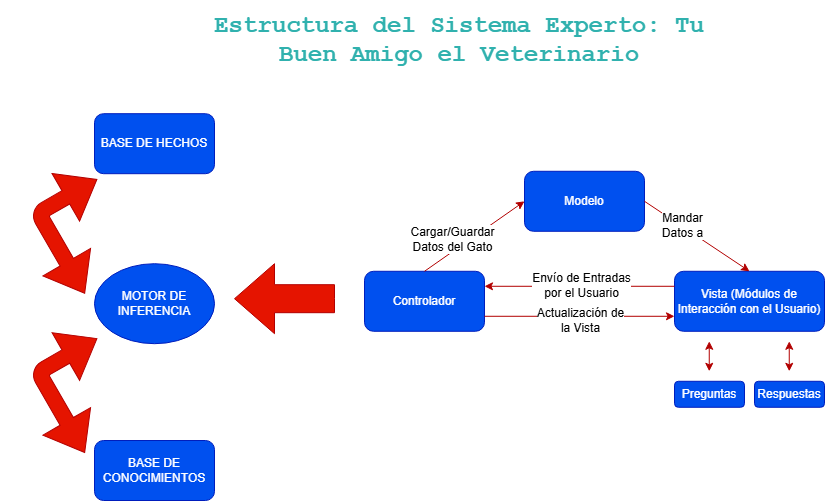
Capistran0205/Sistema-Experto-Veterinario-IA keeps this draw.io diagram as Base de Hechos/Estructura del SE Veterinario.png. Above is the earlier version. Source tidied: cells renumbered, new cells last; positions are measured from the earlier drawing's top-left corner, leaving out a move shared by most shapes. Its diagram source:
```xml
<mxGraphModel background="#ffffff">
  <root>
    <mxCell id="0" />
    <mxCell id="1" parent="0" />
    <mxCell id="2" value="&lt;font style=&quot;color: rgb(48, 177, 174);&quot;&gt;Estructura del Sistema Experto: Tu Buen Amigo el Veterinario&lt;/font&gt;" style="text;html=1;whiteSpace=wrap;strokeColor=none;fillColor=none;align=center;verticalAlign=middle;rounded=0;fontFamily=Courier New;fontStyle=1;fontSize=24;fontColor=#007FFF;labelBorderColor=none;textShadow=0;labelBackgroundColor=none;" parent="1" vertex="1">
      <mxGeometry x="170" width="530" height="80" as="geometry" />
    </mxCell>
    <mxCell id="3" value="BASE DE HECHOS" style="rounded=1;whiteSpace=wrap;html=1;fillColor=#0050ef;strokeColor=#001DBC;fontColor=#ffffff;" parent="1" vertex="1">
      <mxGeometry x="70" y="113.2" width="120" height="60" as="geometry" />
    </mxCell>
    <mxCell id="4" value="Vista (Módulos de Interacción con el Usuario)" style="rounded=1;whiteSpace=wrap;html=1;fillColor=#0050ef;fontColor=#ffffff;strokeColor=#001DBC;" parent="1" vertex="1">
      <mxGeometry x="650" y="270.8" width="150" height="60" as="geometry" />
    </mxCell>
    <mxCell id="5" value="MOTOR DE INFERENCIA" style="ellipse;whiteSpace=wrap;html=1;fillColor=#0050ef;strokeColor=#001DBC;fontColor=#ffffff;" parent="1" vertex="1">
      <mxGeometry x="70" y="263.2" width="120" height="80" as="geometry" />
    </mxCell>
    <mxCell id="6" value="Modelo" style="rounded=1;whiteSpace=wrap;html=1;fillColor=#0050ef;fontColor=#ffffff;strokeColor=#001DBC;" parent="1" vertex="1">
      <mxGeometry x="500" y="170.8" width="120" height="60" as="geometry" />
    </mxCell>
    <mxCell id="7" value="Controlador" style="rounded=1;whiteSpace=wrap;html=1;fillColor=#0050ef;fontColor=#ffffff;strokeColor=#001DBC;" parent="1" vertex="1">
      <mxGeometry x="340" y="270.8" width="120" height="60" as="geometry" />
    </mxCell>
    <mxCell id="8" style="endArrow=classic;html=1;rounded=0;exitX=0;exitY=0.25;exitDx=0;exitDy=0;entryX=1;entryY=0.25;entryDx=0;entryDy=0;fillColor=#e51400;strokeColor=#B20000;" parent="1" edge="1" source="4" target="7">
      <mxGeometry relative="1" as="geometry" />
    </mxCell>
    <mxCell id="9" value="Envío de Entradas&lt;div&gt;por el Usuario&lt;/div&gt;" style="edgeLabel;html=1;align=center;verticalAlign=middle;fontSize=12;" parent="8" vertex="1">
      <mxGeometry x="0.14" y="-1" relative="1" as="geometry">
        <mxPoint x="14" as="offset" />
      </mxGeometry>
    </mxCell>
    <mxCell id="10" style="endArrow=classic;html=1;rounded=0;exitX=0.5;exitY=0;exitDx=0;exitDy=0;entryX=0;entryY=0.5;entryDx=0;entryDy=0;fillColor=#e51400;strokeColor=#B20000;" parent="1" edge="1" source="7" target="6">
      <mxGeometry relative="1" as="geometry" />
    </mxCell>
    <mxCell id="11" value="Cargar/Guardar&lt;div&gt;Datos del Gato&lt;/div&gt;" style="edgeLabel;html=1;align=center;verticalAlign=middle;fontSize=12;" parent="10" vertex="1">
      <mxGeometry x="-0.12" y="2" relative="1" as="geometry">
        <mxPoint x="-15" as="offset" />
      </mxGeometry>
    </mxCell>
    <mxCell id="12" style="endArrow=classic;html=1;rounded=0;exitX=1;exitY=0.5;exitDx=0;exitDy=0;entryX=0.5;entryY=0;entryDx=0;entryDy=0;fillColor=#e51400;strokeColor=#B20000;" parent="1" edge="1" source="6" target="4">
      <mxGeometry relative="1" as="geometry" />
    </mxCell>
    <mxCell id="13" value="Mandar&lt;div&gt;Datos a&lt;/div&gt;" style="edgeLabel;html=1;align=center;verticalAlign=middle;fontSize=12;" parent="12" vertex="1">
      <mxGeometry x="-0.3" y="1" relative="1" as="geometry" />
    </mxCell>
    <mxCell id="14" style="endArrow=classic;html=1;rounded=0;exitX=1;exitY=0.75;exitDx=0;exitDy=0;entryX=0;entryY=0.75;entryDx=0;entryDy=0;fillColor=#e51400;strokeColor=#B20000;" parent="1" edge="1" source="7" target="4">
      <mxGeometry relative="1" as="geometry" />
    </mxCell>
    <mxCell id="15" value="Actualización de&lt;div&gt;la Vista&lt;/div&gt;" style="edgeLabel;html=1;align=center;verticalAlign=middle;fontSize=12;" parent="14" vertex="1">
      <mxGeometry x="-0.01" y="-1" relative="1" as="geometry">
        <mxPoint y="3" as="offset" />
      </mxGeometry>
    </mxCell>
    <mxCell id="16" value="Preguntas" style="rounded=1;whiteSpace=wrap;html=1;fillColor=#0050ef;fontColor=#ffffff;strokeColor=#001DBC;" parent="1" vertex="1">
      <mxGeometry x="650" y="380.8" width="70" height="26" as="geometry" />
    </mxCell>
    <mxCell id="17" value="Respuestas" style="rounded=1;whiteSpace=wrap;html=1;fillColor=#0050ef;fontColor=#ffffff;strokeColor=#001DBC;" parent="1" vertex="1">
      <mxGeometry x="730" y="380.8" width="70" height="26" as="geometry" />
    </mxCell>
    <mxCell id="18" style="endArrow=classic;startArrow=classic;html=1;rounded=0;fillColor=#e51400;strokeColor=#B20000;" parent="1" edge="1">
      <mxGeometry relative="1" as="geometry">
        <mxPoint x="684.8" y="370.8" as="sourcePoint" />
        <mxPoint x="684.8" y="340.8" as="targetPoint" />
      </mxGeometry>
    </mxCell>
    <mxCell id="19" style="endArrow=classic;startArrow=classic;html=1;rounded=0;fillColor=#e51400;strokeColor=#B20000;" parent="1" edge="1">
      <mxGeometry relative="1" as="geometry">
        <mxPoint x="764.8" y="370.8" as="sourcePoint" />
        <mxPoint x="764.8" y="340.8" as="targetPoint" />
      </mxGeometry>
    </mxCell>
    <mxCell id="20" style="html=1;shadow=0;dashed=0;align=center;verticalAlign=middle;shape=mxgraph.arrows2.arrow;dy=0.6;dx=40;flipH=1;notch=0;fillColor=#e51400;fontColor=#ffffff;strokeColor=#B20000;" parent="1" vertex="1">
      <mxGeometry x="210" y="263.2" width="100" height="70" as="geometry" />
    </mxCell>
    <mxCell id="21" style="html=1;shadow=0;dashed=0;align=center;verticalAlign=middle;shape=mxgraph.arrows2.bendDoubleArrow;dy=7.69;dx=35.87;arrowHead=55;rounded=1;rotation=-30;fillColor=#e51400;strokeColor=#B20000;fontColor=#ffffff;" parent="1" vertex="1">
      <mxGeometry y="170.8" width="95" height="120" as="geometry" />
    </mxCell>
    <mxCell id="22" value="BASE DE CONOCIMIENTOS" style="rounded=1;whiteSpace=wrap;html=1;fillColor=#0050ef;strokeColor=#001DBC;fontColor=#ffffff;" parent="1" vertex="1">
      <mxGeometry x="70" y="440" width="120" height="60" as="geometry" />
    </mxCell>
    <mxCell id="23" style="html=1;shadow=0;dashed=0;align=center;verticalAlign=middle;shape=mxgraph.arrows2.bendDoubleArrow;dy=7.69;dx=35.87;arrowHead=55;rounded=1;rotation=-30;fillColor=#e51400;strokeColor=#B20000;fontColor=#ffffff;" parent="1" vertex="1">
      <mxGeometry y="330" width="95" height="120" as="geometry" />
    </mxCell>
  </root>
</mxGraphModel>
```
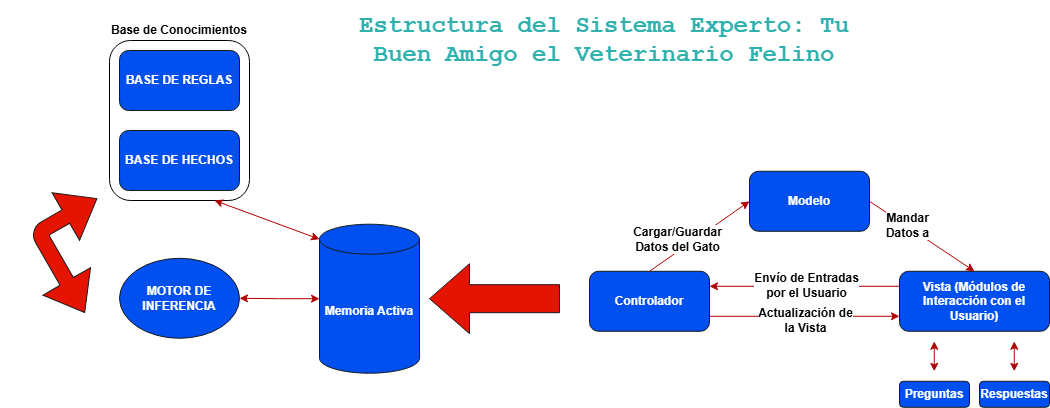
Later version of the same file.

The edit, as a diff of the source:
```diff
@@ -2,28 +2,31 @@
   <root>
     <mxCell id="0" />
     <mxCell id="1" parent="0" />
+    <mxCell id="24" style="rounded=1;whiteSpace=wrap;html=1;" parent="1" vertex="1">
+      <mxGeometry x="-140" y="40" width="140" height="160" as="geometry" />
+    </mxCell>
-    <mxCell id="2" value="&lt;font style=&quot;color: rgb(48, 177, 174);&quot;&gt;Estructura del Sistema Experto: Tu Buen Amigo el Veterinario&lt;/font&gt;" style="text;html=1;whiteSpace=wrap;strokeColor=none;fillColor=none;align=center;verticalAlign=middle;rounded=0;fontFamily=Courier New;fontStyle=1;fontSize=24;fontColor=#007FFF;labelBorderColor=none;textShadow=0;labelBackgroundColor=none;" parent="1" vertex="1">
-      <mxGeometry x="170" width="530" height="80" as="geometry" />
+    <mxCell id="2" value="&lt;font style=&quot;color: rgb(48, 177, 174);&quot;&gt;Estructura del Sistema Experto: Tu Buen Amigo el Veterinario Felino&lt;/font&gt;" style="text;html=1;whiteSpace=wrap;strokeColor=none;fillColor=none;align=center;verticalAlign=middle;rounded=0;fontFamily=Courier New;fontStyle=1;fontSize=24;fontColor=#007FFF;labelBorderColor=none;textShadow=0;labelBackgroundColor=none;" parent="1" vertex="1">
+      <mxGeometry x="90" width="530" height="80" as="geometry" />
     </mxCell>
-    <mxCell id="3" value="BASE DE HECHOS" style="rounded=1;whiteSpace=wrap;html=1;fillColor=#0050ef;strokeColor=#001DBC;fontColor=#ffffff;" parent="1" vertex="1">
-      <mxGeometry x="70" y="113.2" width="120" height="60" as="geometry" />
+    <mxCell id="3" value="BASE DE HECHOS" style="rounded=1;whiteSpace=wrap;html=1;fillColor=#0050ef;strokeColor=#1A1A1A;fontColor=#ffffff;fontStyle=1;" parent="1" vertex="1">
+      <mxGeometry x="-130" y="130" width="120" height="60" as="geometry" />
     </mxCell>
-    <mxCell id="4" value="Vista (Módulos de Interacción con el Usuario)" style="rounded=1;whiteSpace=wrap;html=1;fillColor=#0050ef;fontColor=#ffffff;strokeColor=#001DBC;" parent="1" vertex="1">
+    <mxCell id="4" value="Vista (Módulos de Interacción con el Usuario)" style="rounded=1;whiteSpace=wrap;html=1;fillColor=#0050ef;fontColor=#ffffff;strokeColor=#1A1A1A;fontStyle=1;" parent="1" vertex="1">
       <mxGeometry x="650" y="270.8" width="150" height="60" as="geometry" />
     </mxCell>
-    <mxCell id="5" value="MOTOR DE INFERENCIA" style="ellipse;whiteSpace=wrap;html=1;fillColor=#0050ef;strokeColor=#001DBC;fontColor=#ffffff;" parent="1" vertex="1">
-      <mxGeometry x="70" y="263.2" width="120" height="80" as="geometry" />
+    <mxCell id="5" value="MOTOR DE INFERENCIA" style="ellipse;whiteSpace=wrap;html=1;fillColor=#0050ef;strokeColor=#1A1A1A;fontColor=#ffffff;fontStyle=1;" parent="1" vertex="1">
+      <mxGeometry x="-130" y="257.8" width="120" height="80" as="geometry" />
     </mxCell>
-    <mxCell id="6" value="Modelo" style="rounded=1;whiteSpace=wrap;html=1;fillColor=#0050ef;fontColor=#ffffff;strokeColor=#001DBC;" parent="1" vertex="1">
+    <mxCell id="6" value="Modelo" style="rounded=1;whiteSpace=wrap;html=1;fillColor=#0050ef;fontColor=#ffffff;strokeColor=#1A1A1A;fontStyle=1;" parent="1" vertex="1">
       <mxGeometry x="500" y="170.8" width="120" height="60" as="geometry" />
     </mxCell>
-    <mxCell id="7" value="Controlador" style="rounded=1;whiteSpace=wrap;html=1;fillColor=#0050ef;fontColor=#ffffff;strokeColor=#001DBC;" parent="1" vertex="1">
+    <mxCell id="7" value="Controlador" style="rounded=1;whiteSpace=wrap;html=1;fillColor=#0050ef;fontColor=#ffffff;strokeColor=#1A1A1A;fontStyle=1;" parent="1" vertex="1">
       <mxGeometry x="340" y="270.8" width="120" height="60" as="geometry" />
     </mxCell>
     <mxCell id="8" style="endArrow=classic;html=1;rounded=0;exitX=0;exitY=0.25;exitDx=0;exitDy=0;entryX=1;entryY=0.25;entryDx=0;entryDy=0;fillColor=#e51400;strokeColor=#B20000;" parent="1" edge="1" source="4" target="7">
       <mxGeometry relative="1" as="geometry" />
     </mxCell>
-    <mxCell id="9" value="Envío de Entradas&lt;div&gt;por el Usuario&lt;/div&gt;" style="edgeLabel;html=1;align=center;verticalAlign=middle;fontSize=12;" parent="8" vertex="1">
+    <mxCell id="9" value="Envío de Entradas&lt;div&gt;por el Usuario&lt;/div&gt;" style="edgeLabel;html=1;align=center;verticalAlign=middle;fontSize=12;fontStyle=1;" parent="8" vertex="1">
       <mxGeometry x="0.14" y="-1" relative="1" as="geometry">
         <mxPoint x="14" as="offset" />
       </mxGeometry>
@@ -31,7 +34,7 @@
     <mxCell id="10" style="endArrow=classic;html=1;rounded=0;exitX=0.5;exitY=0;exitDx=0;exitDy=0;entryX=0;entryY=0.5;entryDx=0;entryDy=0;fillColor=#e51400;strokeColor=#B20000;" parent="1" edge="1" source="7" target="6">
       <mxGeometry relative="1" as="geometry" />
     </mxCell>
-    <mxCell id="11" value="Cargar/Guardar&lt;div&gt;Datos del Gato&lt;/div&gt;" style="edgeLabel;html=1;align=center;verticalAlign=middle;fontSize=12;" parent="10" vertex="1">
+    <mxCell id="11" value="Cargar/Guardar&lt;div&gt;Datos del Gato&lt;/div&gt;" style="edgeLabel;html=1;align=center;verticalAlign=middle;fontSize=12;fontStyle=1;" parent="10" vertex="1">
       <mxGeometry x="-0.12" y="2" relative="1" as="geometry">
         <mxPoint x="-15" as="offset" />
       </mxGeometry>
@@ -39,21 +42,21 @@
     <mxCell id="12" style="endArrow=classic;html=1;rounded=0;exitX=1;exitY=0.5;exitDx=0;exitDy=0;entryX=0.5;entryY=0;entryDx=0;entryDy=0;fillColor=#e51400;strokeColor=#B20000;" parent="1" edge="1" source="6" target="4">
       <mxGeometry relative="1" as="geometry" />
     </mxCell>
-    <mxCell id="13" value="Mandar&lt;div&gt;Datos a&lt;/div&gt;" style="edgeLabel;html=1;align=center;verticalAlign=middle;fontSize=12;" parent="12" vertex="1">
+    <mxCell id="13" value="Mandar&lt;div&gt;Datos a&lt;/div&gt;" style="edgeLabel;html=1;align=center;verticalAlign=middle;fontSize=12;fontStyle=1;" parent="12" vertex="1">
       <mxGeometry x="-0.3" y="1" relative="1" as="geometry" />
     </mxCell>
     <mxCell id="14" style="endArrow=classic;html=1;rounded=0;exitX=1;exitY=0.75;exitDx=0;exitDy=0;entryX=0;entryY=0.75;entryDx=0;entryDy=0;fillColor=#e51400;strokeColor=#B20000;" parent="1" edge="1" source="7" target="4">
       <mxGeometry relative="1" as="geometry" />
     </mxCell>
-    <mxCell id="15" value="Actualización de&lt;div&gt;la Vista&lt;/div&gt;" style="edgeLabel;html=1;align=center;verticalAlign=middle;fontSize=12;" parent="14" vertex="1">
+    <mxCell id="15" value="Actualización de&lt;div&gt;la Vista&lt;/div&gt;" style="edgeLabel;html=1;align=center;verticalAlign=middle;fontSize=12;fontStyle=1;" parent="14" vertex="1">
       <mxGeometry x="-0.01" y="-1" relative="1" as="geometry">
         <mxPoint y="3" as="offset" />
       </mxGeometry>
     </mxCell>
-    <mxCell id="16" value="Preguntas" style="rounded=1;whiteSpace=wrap;html=1;fillColor=#0050ef;fontColor=#ffffff;strokeColor=#001DBC;" parent="1" vertex="1">
+    <mxCell id="16" value="Preguntas" style="rounded=1;whiteSpace=wrap;html=1;fillColor=#0050ef;fontColor=#ffffff;strokeColor=#1A1A1A;fontStyle=1;" parent="1" vertex="1">
       <mxGeometry x="650" y="380.8" width="70" height="26" as="geometry" />
     </mxCell>
-    <mxCell id="17" value="Respuestas" style="rounded=1;whiteSpace=wrap;html=1;fillColor=#0050ef;fontColor=#ffffff;strokeColor=#001DBC;" parent="1" vertex="1">
+    <mxCell id="17" value="Respuestas" style="rounded=1;whiteSpace=wrap;html=1;fillColor=#0050ef;fontColor=#ffffff;strokeColor=#1A1A1A;fontStyle=1;" parent="1" vertex="1">
       <mxGeometry x="730" y="380.8" width="70" height="26" as="geometry" />
     </mxCell>
     <mxCell id="18" style="endArrow=classic;startArrow=classic;html=1;rounded=0;fillColor=#e51400;strokeColor=#B20000;" parent="1" edge="1">
@@ -68,17 +71,26 @@
         <mxPoint x="764.8" y="340.8" as="targetPoint" />
       </mxGeometry>
     </mxCell>
-    <mxCell id="20" style="html=1;shadow=0;dashed=0;align=center;verticalAlign=middle;shape=mxgraph.arrows2.arrow;dy=0.6;dx=40;flipH=1;notch=0;fillColor=#e51400;fontColor=#ffffff;strokeColor=#B20000;" parent="1" vertex="1">
-      <mxGeometry x="210" y="263.2" width="100" height="70" as="geometry" />
+    <mxCell id="20" style="html=1;shadow=0;dashed=0;align=center;verticalAlign=middle;shape=mxgraph.arrows2.arrow;dy=0.6;dx=40;flipH=1;notch=0;fillColor=#e51400;fontColor=#ffffff;strokeColor=#1A1A1A;" parent="1" vertex="1">
+      <mxGeometry x="180" y="263.2" width="130" height="70" as="geometry" />
     </mxCell>
-    <mxCell id="21" style="html=1;shadow=0;dashed=0;align=center;verticalAlign=middle;shape=mxgraph.arrows2.bendDoubleArrow;dy=7.69;dx=35.87;arrowHead=55;rounded=1;rotation=-30;fillColor=#e51400;strokeColor=#B20000;fontColor=#ffffff;" parent="1" vertex="1">
-      <mxGeometry y="170.8" width="95" height="120" as="geometry" />
+    <mxCell id="21" style="html=1;shadow=0;dashed=0;align=center;verticalAlign=middle;shape=mxgraph.arrows2.bendDoubleArrow;dy=7.69;dx=35.87;arrowHead=55;rounded=1;rotation=-30;fillColor=#e51400;strokeColor=#1A1A1A;fontColor=#ffffff;" parent="1" vertex="1">
+      <mxGeometry x="-225" y="190" width="95" height="120" as="geometry" />
     </mxCell>
-    <mxCell id="22" value="BASE DE CONOCIMIENTOS" style="rounded=1;whiteSpace=wrap;html=1;fillColor=#0050ef;strokeColor=#001DBC;fontColor=#ffffff;" parent="1" vertex="1">
-      <mxGeometry x="70" y="440" width="120" height="60" as="geometry" />
+    <mxCell id="22" value="BASE DE REGLAS" style="rounded=1;whiteSpace=wrap;html=1;fillColor=#0050ef;strokeColor=#1A1A1A;fontColor=#ffffff;fontStyle=1;" parent="1" vertex="1">
+      <mxGeometry x="-130" y="50" width="120" height="60" as="geometry" />
     </mxCell>
-    <mxCell id="23" style="html=1;shadow=0;dashed=0;align=center;verticalAlign=middle;shape=mxgraph.arrows2.bendDoubleArrow;dy=7.69;dx=35.87;arrowHead=55;rounded=1;rotation=-30;fillColor=#e51400;strokeColor=#B20000;fontColor=#ffffff;" parent="1" vertex="1">
-      <mxGeometry y="330" width="95" height="120" as="geometry" />
-    </mxCell>
+    <mxCell id="25" style="edgeStyle=orthogonalEdgeStyle;rounded=0;jettySize=auto;html=1;exitX=0;exitY=0.5;exitDx=0;exitDy=0;exitPerimeter=0;entryX=1;entryY=0.5;entryDx=0;entryDy=0;startArrow=classic;fillColor=#a20025;strokeColor=#B20000;" parent="1" edge="1" source="26" target="5">
+      <mxGeometry relative="1" as="geometry" />
+    </mxCell>
+    <mxCell id="26" value="Memoria Activa" style="shape=cylinder3;whiteSpace=wrap;html=1;boundedLbl=1;backgroundOutline=1;size=15;fillColor=#0050ef;fontColor=#ffffff;strokeColor=#1A1A1A;fontStyle=1;" parent="1" vertex="1">
+      <mxGeometry x="70" y="223.7" width="100" height="149" as="geometry" />
+    </mxCell>
+    <mxCell id="27" style="endArrow=classic;startArrow=classic;html=1;rounded=0;exitX=0.75;exitY=1;exitDx=0;exitDy=0;entryX=0;entryY=0;entryDx=0;entryDy=15;entryPerimeter=0;fillColor=#a20025;strokeColor=#B20000;" parent="1" edge="1" source="24" target="26">
+      <mxGeometry relative="1" as="geometry" />
+    </mxCell>
+    <mxCell id="28" value="Base de Conocimientos" style="text;html=1;whiteSpace=wrap;strokeColor=none;fillColor=none;align=center;verticalAlign=middle;rounded=0;fontStyle=1;" parent="1" vertex="1">
+      <mxGeometry x="-145" y="15" width="150" height="30" as="geometry" />
+    </mxCell>
   </root>
 </mxGraphModel>
```
